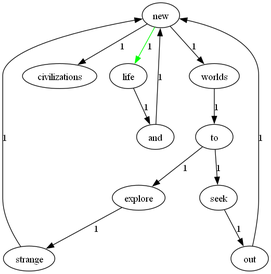
Earlier version of the Graphviz export directed_graph_randomWalk.png (amethyst6174/Lab1-2021112104). Its source is kept beside it as directed_graph_randomWalk.dot. The source it was exported from:
```dot
digraph {
	graph [ "ui.stylesheet"="node { size: 20px; text-size: 12px; fill-color: black; } edge { text-size: 10px; fill-color: black; } edge.highlighted { fill-color: green; }" ];
	"new" ;
	"worlds" ;
	"civilizations" ;
	"life" ;
	"to" ;
	"explore" ;
	"strange" ;
	"and" ;
	"seek" ;
	"out" ;
	"new" -> "worlds" ["label"="1"];
	"new" -> "civilizations" ["label"="1"];
	"new" -> "life" ["color"="green","label"="1"];
	"worlds" -> "to" ["label"="1"];
	"explore" -> "strange" ["label"="1"];
	"and" -> "new" ["label"="1"];
	"to" -> "explore" ["label"="1"];
	"to" -> "seek" ["label"="1"];
	"seek" -> "out" ["label"="1"];
	"strange" -> "new" ["label"="1"];
	"life" -> "and" ["label"="1"];
	"out" -> "new" ["label"="1"];
}
```
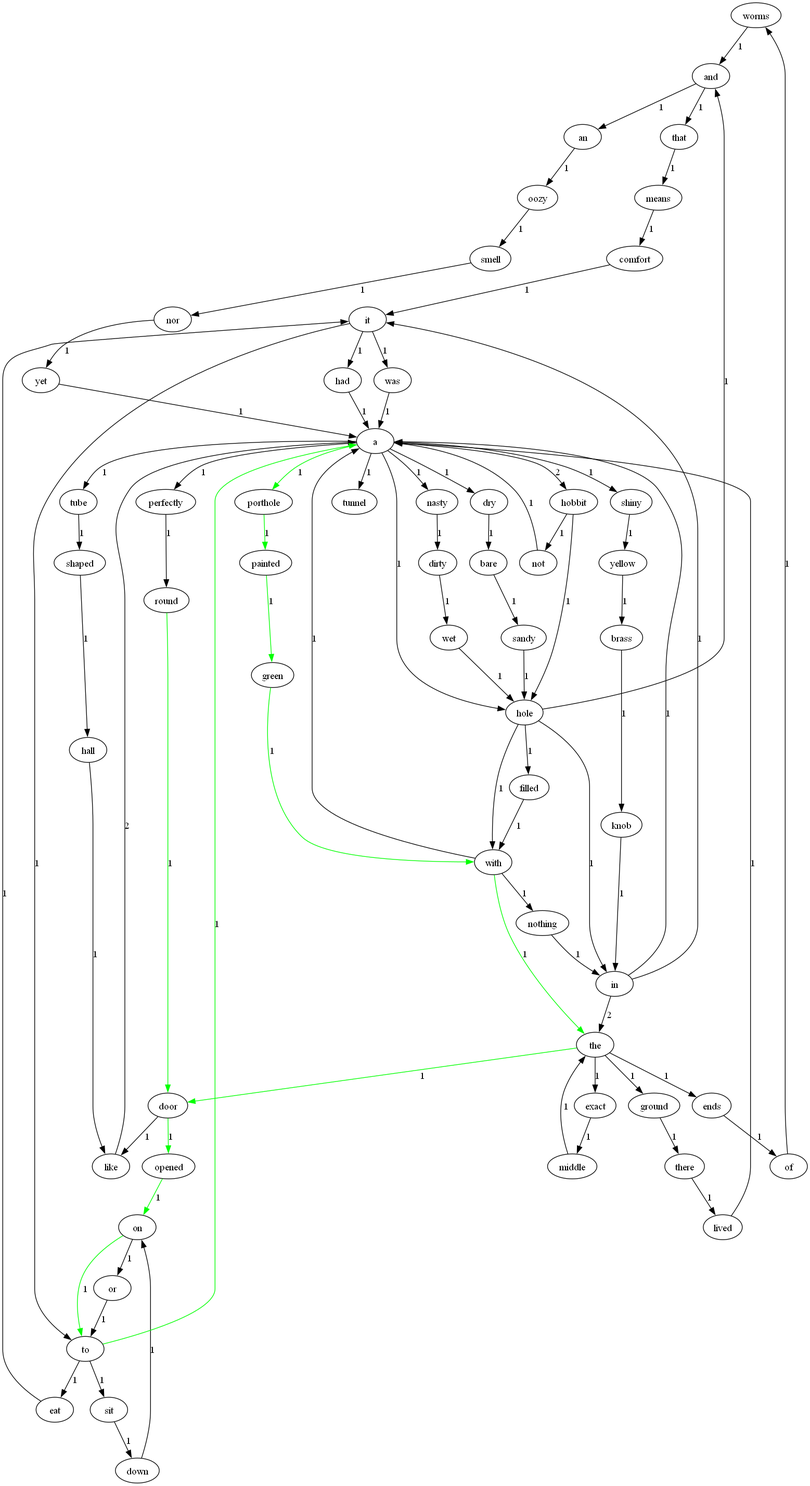
After the change.

Diff of the diagram source:
```diff
@@ -1,25 +1,142 @@
 digraph {
 	graph [ "ui.stylesheet"="node { size: 20px; text-size: 12px; fill-color: black; } edge { text-size: 10px; fill-color: black; } edge.highlighted { fill-color: green; }" ];
-	"new" ;
-	"worlds" ;
-	"civilizations" ;
-	"life" ;
+	"worms" ;
+	"and" ;
+	"door" ;
+	"like" ;
+	"opened" ;
+	"hall" ;
+	"had" ;
+	"a" ;
+	"smell" ;
+	"nor" ;
+	"down" ;
+	"on" ;
+	"that" ;
+	"means" ;
+	"bare" ;
+	"sandy" ;
+	"nasty" ;
+	"dirty" ;
+	"in" ;
+	"the" ;
+	"it" ;
+	"nothing" ;
+	"dry" ;
+	"oozy" ;
+	"was" ;
 	"to" ;
-	"explore" ;
-	"strange" ;
-	"and" ;
-	"seek" ;
-	"out" ;
-	"new" -> "worlds" ["label"="1"];
-	"new" -> "civilizations" ["label"="1"];
-	"new" -> "life" ["color"="green","label"="1"];
-	"worlds" -> "to" ["label"="1"];
-	"explore" -> "strange" ["label"="1"];
-	"and" -> "new" ["label"="1"];
-	"to" -> "explore" ["label"="1"];
-	"to" -> "seek" ["label"="1"];
-	"seek" -> "out" ["label"="1"];
-	"strange" -> "new" ["label"="1"];
-	"life" -> "and" ["label"="1"];
-	"out" -> "new" ["label"="1"];
+	"brass" ;
+	"knob" ;
+	"an" ;
+	"hobbit" ;
+	"hole" ;
+	"not" ;
+	"porthole" ;
+	"painted" ;
+	"tube" ;
+	"shaped" ;
+	"exact" ;
+	"middle" ;
+	"ground" ;
+	"there" ;
+	"perfectly" ;
+	"round" ;
+	"green" ;
+	"yellow" ;
+	"yet" ;
+	"ends" ;
+	"of" ;
+	"eat" ;
+	"lived" ;
+	"sit" ;
+	"or" ;
+	"wet" ;
+	"shiny" ;
+	"tunnel" ;
+	"comfort" ;
+	"with" ;
+	"filled" ;
+	"worms" -> "and" ["label"="1"];
+	"door" -> "like" ["label"="1"];
+	"door" -> "opened" ["color"="green","label"="1"];
+	"hall" -> "like" ["label"="1"];
+	"had" -> "a" ["label"="1"];
+	"smell" -> "nor" ["label"="1"];
+	"down" -> "on" ["label"="1"];
+	"that" -> "means" ["label"="1"];
+	"bare" -> "sandy" ["label"="1"];
+	"nasty" -> "dirty" ["label"="1"];
+	"in" -> "the" ["label"="2"];
+	"in" -> "a" ["label"="1"];
+	"in" -> "it" ["label"="1"];
+	"like" -> "a" ["label"="2"];
+	"nothing" -> "in" ["label"="1"];
+	"dry" -> "bare" ["label"="1"];
+	"opened" -> "on" ["color"="green","label"="1"];
+	"oozy" -> "smell" ["label"="1"];
+	"it" -> "was" ["label"="1"];
+	"it" -> "had" ["label"="1"];
+	"it" -> "to" ["label"="1"];
+	"brass" -> "knob" ["label"="1"];
+	"an" -> "oozy" ["label"="1"];
+	"hobbit" -> "hole" ["label"="1"];
+	"hobbit" -> "not" ["label"="1"];
+	"porthole" -> "painted" ["color"="green","label"="1"];
+	"tube" -> "shaped" ["label"="1"];
+	"exact" -> "middle" ["label"="1"];
+	"ground" -> "there" ["label"="1"];
+	"perfectly" -> "round" ["label"="1"];
+	"knob" -> "in" ["label"="1"];
+	"painted" -> "green" ["color"="green","label"="1"];
+	"shaped" -> "hall" ["label"="1"];
+	"yellow" -> "brass" ["label"="1"];
+	"nor" -> "yet" ["label"="1"];
+	"not" -> "a" ["label"="1"];
+	"and" -> "that" ["label"="1"];
+	"and" -> "an" ["label"="1"];
+	"ends" -> "of" ["label"="1"];
+	"of" -> "worms" ["label"="1"];
+	"eat" -> "it" ["label"="1"];
+	"lived" -> "a" ["label"="1"];
+	"sit" -> "down" ["label"="1"];
+	"on" -> "or" ["label"="1"];
+	"on" -> "to" ["color"="green","label"="1"];
+	"dirty" -> "wet" ["label"="1"];
+	"a" -> "hole" ["label"="1"];
+	"a" -> "hobbit" ["label"="2"];
+	"a" -> "porthole" ["color"="green","label"="1"];
+	"a" -> "tube" ["label"="1"];
+	"a" -> "perfectly" ["label"="1"];
+	"a" -> "dry" ["label"="1"];
+	"a" -> "shiny" ["label"="1"];
+	"a" -> "nasty" ["label"="1"];
+	"a" -> "tunnel" ["label"="1"];
+	"means" -> "comfort" ["label"="1"];
+	"or" -> "to" ["label"="1"];
+	"green" -> "with" ["color"="green","label"="1"];
+	"middle" -> "the" ["label"="1"];
+	"wet" -> "hole" ["label"="1"];
+	"was" -> "a" ["label"="1"];
+	"yet" -> "a" ["label"="1"];
+	"filled" -> "with" ["label"="1"];
+	"comfort" -> "it" ["label"="1"];
+	"hole" -> "with" ["label"="1"];
+	"hole" -> "in" ["label"="1"];
+	"hole" -> "and" ["label"="1"];
+	"hole" -> "filled" ["label"="1"];
+	"the" -> "door" ["color"="green","label"="1"];
+	"the" -> "ends" ["label"="1"];
+	"the" -> "exact" ["label"="1"];
+	"the" -> "ground" ["label"="1"];
+	"with" -> "the" ["color"="green","label"="1"];
+	"with" -> "a" ["label"="1"];
+	"with" -> "nothing" ["label"="1"];
+	"round" -> "door" ["color"="green","label"="1"];
+	"there" -> "lived" ["label"="1"];
+	"sandy" -> "hole" ["label"="1"];
+	"shiny" -> "yellow" ["label"="1"];
+	"to" -> "a" ["color"="green","label"="1"];
+	"to" -> "eat" ["label"="1"];
+	"to" -> "sit" ["label"="1"];
 }
```
